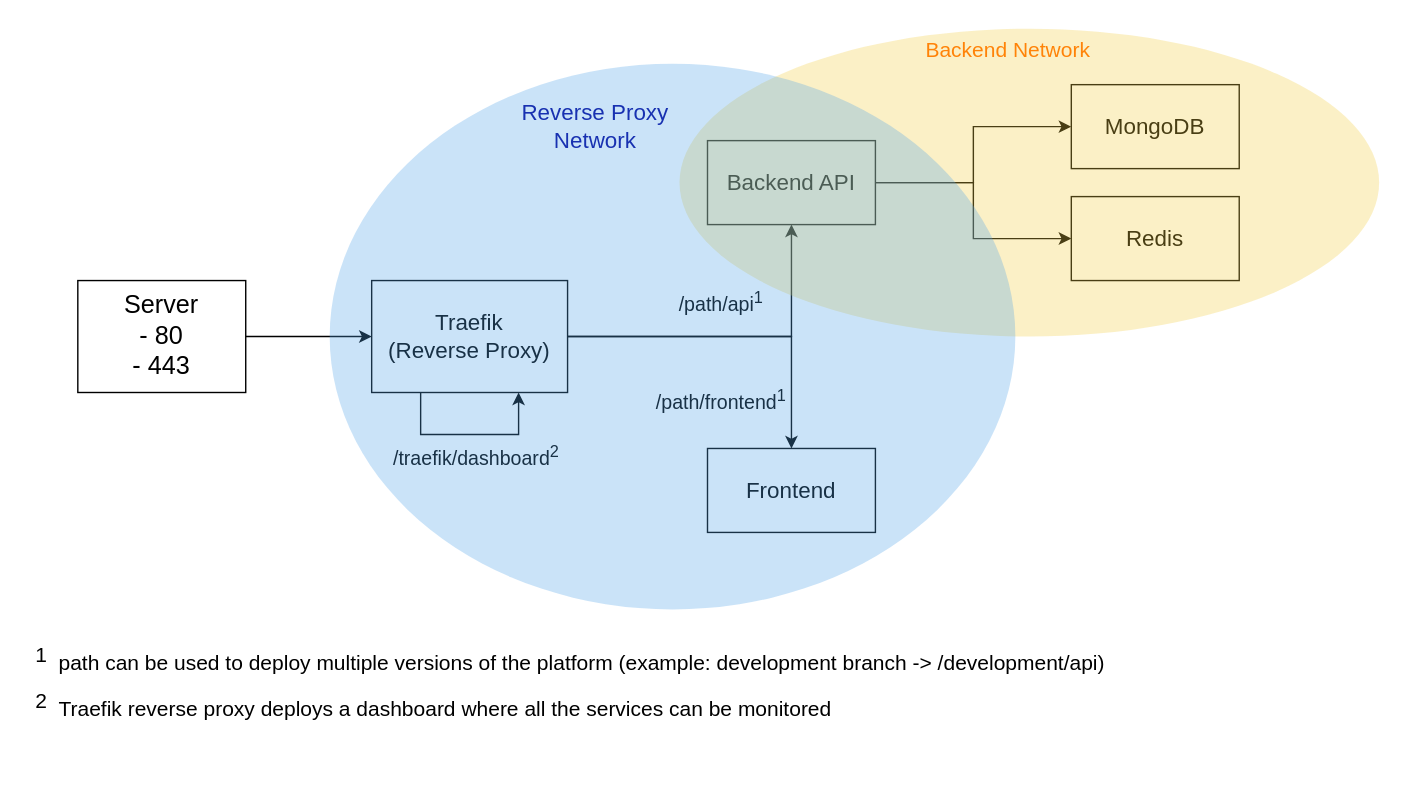
This is info/architecture_and_design/design.svg from SELab-2/OSOC-4, a draw.io export, as it was before one commit. Source tidied: cells renumbered, new cells last; positions are measured from the earlier drawing's top-left corner, leaving out a move shared by most shapes. The source it was exported from:
```xml
<mxGraphModel>
  <root>
    <mxCell id="0" />
    <mxCell id="1" parent="0" />
    <mxCell id="2" style="edgeStyle=orthogonalEdgeStyle;rounded=0;jettySize=auto;html=1;fontSize=18;" parent="1" edge="1" source="3" target="6">
      <mxGeometry relative="1" as="geometry" />
    </mxCell>
    <mxCell id="3" value="&lt;font style=&quot;font-size: 18px&quot;&gt;Server&lt;br&gt;- 80&lt;br&gt;- 443&lt;br&gt;&lt;/font&gt;" style="rounded=0;whiteSpace=wrap;html=1;" parent="1" vertex="1">
      <mxGeometry x="35" y="180" width="120" height="80" as="geometry" />
    </mxCell>
    <mxCell id="4" style="edgeStyle=orthogonalEdgeStyle;rounded=0;jettySize=auto;html=1;fontSize=16;" parent="1" edge="1" source="6" target="9">
      <mxGeometry relative="1" as="geometry" />
    </mxCell>
    <mxCell id="5" style="edgeStyle=orthogonalEdgeStyle;rounded=0;jettySize=auto;html=1;fontSize=16;" parent="1" edge="1" source="6" target="10">
      <mxGeometry relative="1" as="geometry" />
    </mxCell>
    <mxCell id="6" value="Traefik &lt;br style=&quot;font-size: 16px;&quot;&gt;(Reverse Proxy)" style="whiteSpace=wrap;html=1;rounded=0;fontSize=16;" parent="1" vertex="1">
      <mxGeometry x="245" y="180" width="140" height="80" as="geometry" />
    </mxCell>
    <mxCell id="7" style="edgeStyle=orthogonalEdgeStyle;rounded=0;jettySize=auto;html=1;fontSize=14;" parent="1" edge="1" source="9" target="13">
      <mxGeometry relative="1" as="geometry" />
    </mxCell>
    <mxCell id="8" style="edgeStyle=orthogonalEdgeStyle;rounded=0;jettySize=auto;html=1;fontSize=14;" parent="1" edge="1" source="9" target="14">
      <mxGeometry relative="1" as="geometry" />
    </mxCell>
    <mxCell id="9" value="Backend API" style="whiteSpace=wrap;html=1;fontSize=16;rounded=0;" parent="1" vertex="1">
      <mxGeometry x="485" y="80" width="120" height="60" as="geometry" />
    </mxCell>
    <mxCell id="10" value="Frontend" style="whiteSpace=wrap;html=1;fontSize=16;rounded=0;" parent="1" vertex="1">
      <mxGeometry x="485" y="300" width="120" height="60" as="geometry" />
    </mxCell>
    <mxCell id="11" value="&lt;font style=&quot;font-size: 14px&quot;&gt;/path/frontend&lt;sup&gt;1&lt;/sup&gt;&lt;/font&gt;" style="text;html=1;strokeColor=none;fillColor=none;align=center;verticalAlign=middle;whiteSpace=wrap;rounded=0;fontSize=16;" parent="1" vertex="1">
      <mxGeometry x="445" y="250" width="100" height="30" as="geometry" />
    </mxCell>
    <mxCell id="12" value="&lt;font style=&quot;font-size: 14px&quot;&gt;/path/api&lt;sup&gt;1&lt;/sup&gt;&lt;/font&gt;" style="text;html=1;strokeColor=none;fillColor=none;align=center;verticalAlign=middle;whiteSpace=wrap;rounded=0;fontSize=16;" parent="1" vertex="1">
      <mxGeometry x="440" y="180" width="110" height="30" as="geometry" />
    </mxCell>
    <mxCell id="13" value="MongoDB" style="whiteSpace=wrap;html=1;fontSize=16;rounded=0;" parent="1" vertex="1">
      <mxGeometry x="745" y="40" width="120" height="60" as="geometry" />
    </mxCell>
    <mxCell id="14" value="Redis" style="whiteSpace=wrap;html=1;fontSize=16;rounded=0;" parent="1" vertex="1">
      <mxGeometry x="745" y="120" width="120" height="60" as="geometry" />
    </mxCell>
    <mxCell id="15" style="ellipse;whiteSpace=wrap;html=1;fontSize=14;strokeColor=none;fillColor=#F0CD43;opacity=30;" parent="1" vertex="1">
      <mxGeometry x="465" width="500" height="220" as="geometry" />
    </mxCell>
    <mxCell id="16" value="Backend Network" style="text;html=1;strokeColor=none;fillColor=none;align=center;verticalAlign=middle;whiteSpace=wrap;rounded=0;fontSize=15;opacity=30;fontColor=#FF8308;" parent="1" vertex="1">
      <mxGeometry x="625" width="150" height="30" as="geometry" />
    </mxCell>
    <mxCell id="17" value="Reverse Proxy Network" style="text;html=1;strokeColor=none;fillColor=none;align=center;verticalAlign=middle;whiteSpace=wrap;rounded=0;fontSize=16;fontColor=#000099;opacity=30;" parent="1" vertex="1">
      <mxGeometry x="335" y="60" width="140" height="20" as="geometry" />
    </mxCell>
    <mxCell id="18" style="edgeStyle=orthogonalEdgeStyle;rounded=0;orthogonalLoop=1;jettySize=auto;html=1;exitX=0.25;exitY=1;exitDx=0;exitDy=0;entryX=0.75;entryY=1;entryDx=0;entryDy=0;fontSize=16;fontColor=#000099;" parent="1" edge="1" source="6" target="6">
      <mxGeometry relative="1" as="geometry">
        <Array as="points">
          <mxPoint x="280" y="290" />
          <mxPoint x="350" y="290" />
        </Array>
      </mxGeometry>
    </mxCell>
    <mxCell id="19" value="&lt;font style=&quot;color: rgb(0 , 0 , 0) ; font-size: 14px&quot;&gt;/traefik/dashboard&lt;sup&gt;2&lt;/sup&gt;&lt;/font&gt;" style="text;html=1;strokeColor=none;fillColor=none;align=center;verticalAlign=middle;whiteSpace=wrap;rounded=0;fontSize=16;fontColor=#000099;opacity=30;" parent="1" vertex="1">
      <mxGeometry x="255" y="290" width="130" height="30" as="geometry" />
    </mxCell>
    <mxCell id="20" style="ellipse;whiteSpace=wrap;html=1;fontSize=15;fontColor=#FF8308;fillColor=#4FA1E8;opacity=30;strokeColor=none;" parent="1" vertex="1">
      <mxGeometry x="215" y="25" width="490" height="390" as="geometry" />
    </mxCell>
    <mxCell id="21" value="&lt;p style=&quot;font-size: 15px&quot;&gt;&lt;font style=&quot;font-size: 15px ; line-height: 0.2&quot; color=&quot;#000000&quot;&gt;&lt;sup style=&quot;font-size: 15px&quot;&gt;1&lt;/sup&gt;&amp;nbsp; path can be used to deploy multiple versions of the platform (example: development branch -&lt;/font&gt;&lt;span style=&quot;color: rgb(0 , 0 , 0)&quot;&gt;&amp;gt; /development/api)&lt;/span&gt;&lt;/p&gt;&lt;p style=&quot;font-size: 15px&quot;&gt;&lt;font style=&quot;font-size: 15px ; line-height: 0.2&quot; color=&quot;#000000&quot;&gt;&lt;/font&gt;&lt;/p&gt;&lt;p style=&quot;font-size: 15px&quot;&gt;&lt;font color=&quot;#000000&quot; style=&quot;font-size: 15px ; line-height: 0.2&quot;&gt;&lt;sup style=&quot;font-size: 15px&quot;&gt;2 &amp;nbsp;&lt;/sup&gt;Traefik reverse proxy deploys a dashboard where all the services can be monitored&lt;/font&gt;&lt;/p&gt;&lt;div style=&quot;font-size: 15px&quot;&gt;&lt;font color=&quot;#000000&quot; style=&quot;font-size: 15px ; line-height: 0.2&quot;&gt;&lt;br style=&quot;font-size: 15px&quot;&gt;&lt;/font&gt;&lt;/div&gt;" style="text;html=1;strokeColor=none;fillColor=none;spacing=5;spacingTop=-20;whiteSpace=wrap;overflow=hidden;rounded=0;fontSize=15;fontColor=#000099;" parent="1" vertex="1">
      <mxGeometry y="440" width="845" height="80" as="geometry" />
    </mxCell>
  </root>
</mxGraphModel>
```
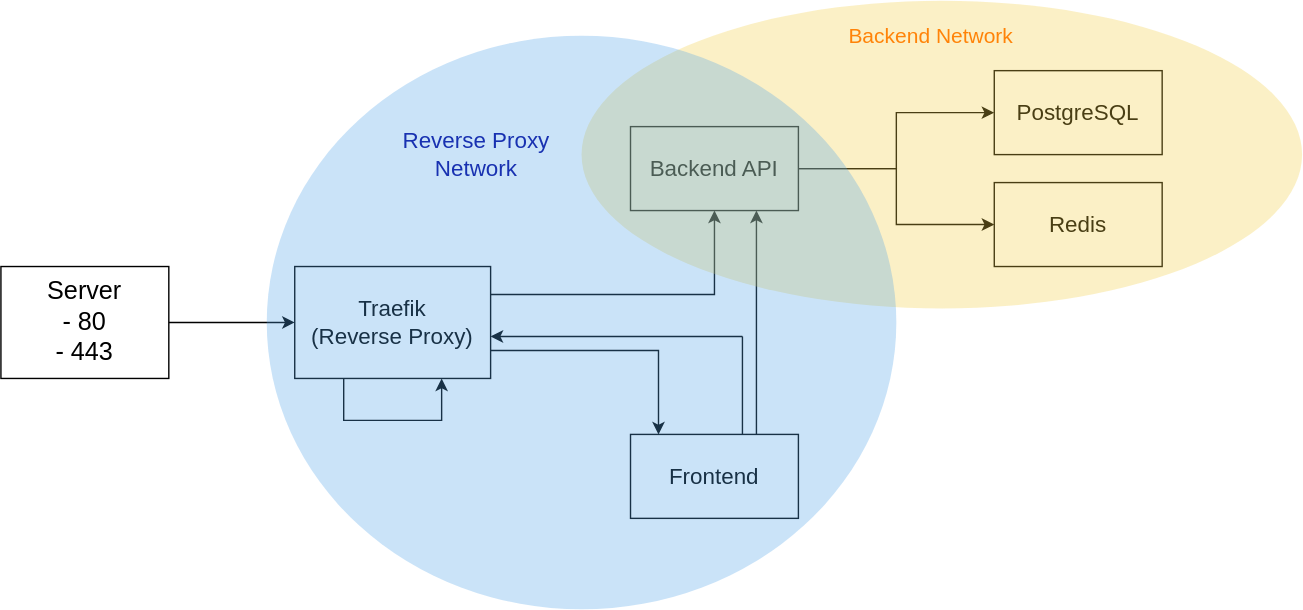
Later version of the same file.

What changed in the source:
```diff
@@ -9,12 +9,20 @@
       <mxGeometry x="35" y="180" width="120" height="80" as="geometry" />
     </mxCell>
     <mxCell id="4" style="edgeStyle=orthogonalEdgeStyle;rounded=0;jettySize=auto;html=1;fontSize=16;" parent="1" edge="1" source="6" target="9">
-      <mxGeometry relative="1" as="geometry" />
+      <mxGeometry relative="1" as="geometry">
+        <Array as="points">
+          <mxPoint x="545" y="200" />
+        </Array>
+      </mxGeometry>
     </mxCell>
     <mxCell id="5" style="edgeStyle=orthogonalEdgeStyle;rounded=0;jettySize=auto;html=1;fontSize=16;" parent="1" edge="1" source="6" target="10">
-      <mxGeometry relative="1" as="geometry" />
+      <mxGeometry relative="1" as="geometry">
+        <Array as="points">
+          <mxPoint x="505" y="240" />
+        </Array>
+      </mxGeometry>
     </mxCell>
-    <mxCell id="6" value="Traefik &lt;br style=&quot;font-size: 16px;&quot;&gt;(Reverse Proxy)" style="whiteSpace=wrap;html=1;rounded=0;fontSize=16;" parent="1" vertex="1">
+    <mxCell id="6" value="Traefik&lt;br style=&quot;font-size: 16px&quot;&gt;(Reverse Proxy)" style="whiteSpace=wrap;html=1;rounded=0;fontSize=16;" parent="1" vertex="1">
       <mxGeometry x="245" y="180" width="140" height="80" as="geometry" />
     </mxCell>
     <mxCell id="7" style="edgeStyle=orthogonalEdgeStyle;rounded=0;jettySize=auto;html=1;fontSize=14;" parent="1" edge="1" source="9" target="13">
@@ -26,29 +34,26 @@
     <mxCell id="9" value="Backend API" style="whiteSpace=wrap;html=1;fontSize=16;rounded=0;" parent="1" vertex="1">
       <mxGeometry x="485" y="80" width="120" height="60" as="geometry" />
     </mxCell>
+    <mxCell id="22" style="edgeStyle=orthogonalEdgeStyle;rounded=0;jettySize=auto;html=1;exitX=0.75;exitY=0;exitDx=0;exitDy=0;entryX=0.75;entryY=1;entryDx=0;entryDy=0;" parent="1" edge="1" source="10" target="9">
+      <mxGeometry relative="1" as="geometry" />
+    </mxCell>
     <mxCell id="10" value="Frontend" style="whiteSpace=wrap;html=1;fontSize=16;rounded=0;" parent="1" vertex="1">
       <mxGeometry x="485" y="300" width="120" height="60" as="geometry" />
     </mxCell>
-    <mxCell id="11" value="&lt;font style=&quot;font-size: 14px&quot;&gt;/path/frontend&lt;sup&gt;1&lt;/sup&gt;&lt;/font&gt;" style="text;html=1;strokeColor=none;fillColor=none;align=center;verticalAlign=middle;whiteSpace=wrap;rounded=0;fontSize=16;" parent="1" vertex="1">
-      <mxGeometry x="445" y="250" width="100" height="30" as="geometry" />
-    </mxCell>
-    <mxCell id="12" value="&lt;font style=&quot;font-size: 14px&quot;&gt;/path/api&lt;sup&gt;1&lt;/sup&gt;&lt;/font&gt;" style="text;html=1;strokeColor=none;fillColor=none;align=center;verticalAlign=middle;whiteSpace=wrap;rounded=0;fontSize=16;" parent="1" vertex="1">
-      <mxGeometry x="440" y="180" width="110" height="30" as="geometry" />
-    </mxCell>
-    <mxCell id="13" value="MongoDB" style="whiteSpace=wrap;html=1;fontSize=16;rounded=0;" parent="1" vertex="1">
+    <mxCell id="13" value="PostgreSQL" style="whiteSpace=wrap;html=1;fontSize=16;rounded=0;" parent="1" vertex="1">
       <mxGeometry x="745" y="40" width="120" height="60" as="geometry" />
     </mxCell>
     <mxCell id="14" value="Redis" style="whiteSpace=wrap;html=1;fontSize=16;rounded=0;" parent="1" vertex="1">
       <mxGeometry x="745" y="120" width="120" height="60" as="geometry" />
     </mxCell>
     <mxCell id="15" style="ellipse;whiteSpace=wrap;html=1;fontSize=14;strokeColor=none;fillColor=#F0CD43;opacity=30;" parent="1" vertex="1">
-      <mxGeometry x="465" width="500" height="220" as="geometry" />
+      <mxGeometry x="450" y="-10" width="515" height="220" as="geometry" />
     </mxCell>
     <mxCell id="16" value="Backend Network" style="text;html=1;strokeColor=none;fillColor=none;align=center;verticalAlign=middle;whiteSpace=wrap;rounded=0;fontSize=15;opacity=30;fontColor=#FF8308;" parent="1" vertex="1">
       <mxGeometry x="625" width="150" height="30" as="geometry" />
     </mxCell>
     <mxCell id="17" value="Reverse Proxy Network" style="text;html=1;strokeColor=none;fillColor=none;align=center;verticalAlign=middle;whiteSpace=wrap;rounded=0;fontSize=16;fontColor=#000099;opacity=30;" parent="1" vertex="1">
-      <mxGeometry x="335" y="60" width="140" height="20" as="geometry" />
+      <mxGeometry x="305" y="90" width="140" height="20" as="geometry" />
     </mxCell>
     <mxCell id="18" style="edgeStyle=orthogonalEdgeStyle;rounded=0;orthogonalLoop=1;jettySize=auto;html=1;exitX=0.25;exitY=1;exitDx=0;exitDy=0;entryX=0.75;entryY=1;entryDx=0;entryDy=0;fontSize=16;fontColor=#000099;" parent="1" edge="1" source="6" target="6">
       <mxGeometry relative="1" as="geometry">
@@ -58,14 +63,20 @@
         </Array>
       </mxGeometry>
     </mxCell>
-    <mxCell id="19" value="&lt;font style=&quot;color: rgb(0 , 0 , 0) ; font-size: 14px&quot;&gt;/traefik/dashboard&lt;sup&gt;2&lt;/sup&gt;&lt;/font&gt;" style="text;html=1;strokeColor=none;fillColor=none;align=center;verticalAlign=middle;whiteSpace=wrap;rounded=0;fontSize=16;fontColor=#000099;opacity=30;" parent="1" vertex="1">
-      <mxGeometry x="255" y="290" width="130" height="30" as="geometry" />
-    </mxCell>
+    <mxCell id="23" style="endArrow=none;html=1;rounded=0;" parent="1" edge="1">
+      <mxGeometry relative="1" as="geometry">
+        <mxPoint x="565" y="300" as="sourcePoint" />
+        <mxPoint x="565" y="230" as="targetPoint" />
+      </mxGeometry>
+    </mxCell>
+    <mxCell id="24" style="endArrow=classic;html=1;rounded=0;startArrow=none;" parent="1" edge="1">
+      <mxGeometry relative="1" as="geometry">
+        <mxPoint x="565" y="230" as="sourcePoint" />
+        <mxPoint x="385" y="230" as="targetPoint" />
+      </mxGeometry>
+    </mxCell>
     <mxCell id="20" style="ellipse;whiteSpace=wrap;html=1;fontSize=15;fontColor=#FF8308;fillColor=#4FA1E8;opacity=30;strokeColor=none;" parent="1" vertex="1">
-      <mxGeometry x="215" y="25" width="490" height="390" as="geometry" />
+      <mxGeometry x="225" y="15" width="450" height="410" as="geometry" />
     </mxCell>
-    <mxCell id="21" value="&lt;p style=&quot;font-size: 15px&quot;&gt;&lt;font style=&quot;font-size: 15px ; line-height: 0.2&quot; color=&quot;#000000&quot;&gt;&lt;sup style=&quot;font-size: 15px&quot;&gt;1&lt;/sup&gt;&amp;nbsp; path can be used to deploy multiple versions of the platform (example: development branch -&lt;/font&gt;&lt;span style=&quot;color: rgb(0 , 0 , 0)&quot;&gt;&amp;gt; /development/api)&lt;/span&gt;&lt;/p&gt;&lt;p style=&quot;font-size: 15px&quot;&gt;&lt;font style=&quot;font-size: 15px ; line-height: 0.2&quot; color=&quot;#000000&quot;&gt;&lt;/font&gt;&lt;/p&gt;&lt;p style=&quot;font-size: 15px&quot;&gt;&lt;font color=&quot;#000000&quot; style=&quot;font-size: 15px ; line-height: 0.2&quot;&gt;&lt;sup style=&quot;font-size: 15px&quot;&gt;2 &amp;nbsp;&lt;/sup&gt;Traefik reverse proxy deploys a dashboard where all the services can be monitored&lt;/font&gt;&lt;/p&gt;&lt;div style=&quot;font-size: 15px&quot;&gt;&lt;font color=&quot;#000000&quot; style=&quot;font-size: 15px ; line-height: 0.2&quot;&gt;&lt;br style=&quot;font-size: 15px&quot;&gt;&lt;/font&gt;&lt;/div&gt;" style="text;html=1;strokeColor=none;fillColor=none;spacing=5;spacingTop=-20;whiteSpace=wrap;overflow=hidden;rounded=0;fontSize=15;fontColor=#000099;" parent="1" vertex="1">
-      <mxGeometry y="440" width="845" height="80" as="geometry" />
-    </mxCell>
   </root>
 </mxGraphModel>
```
